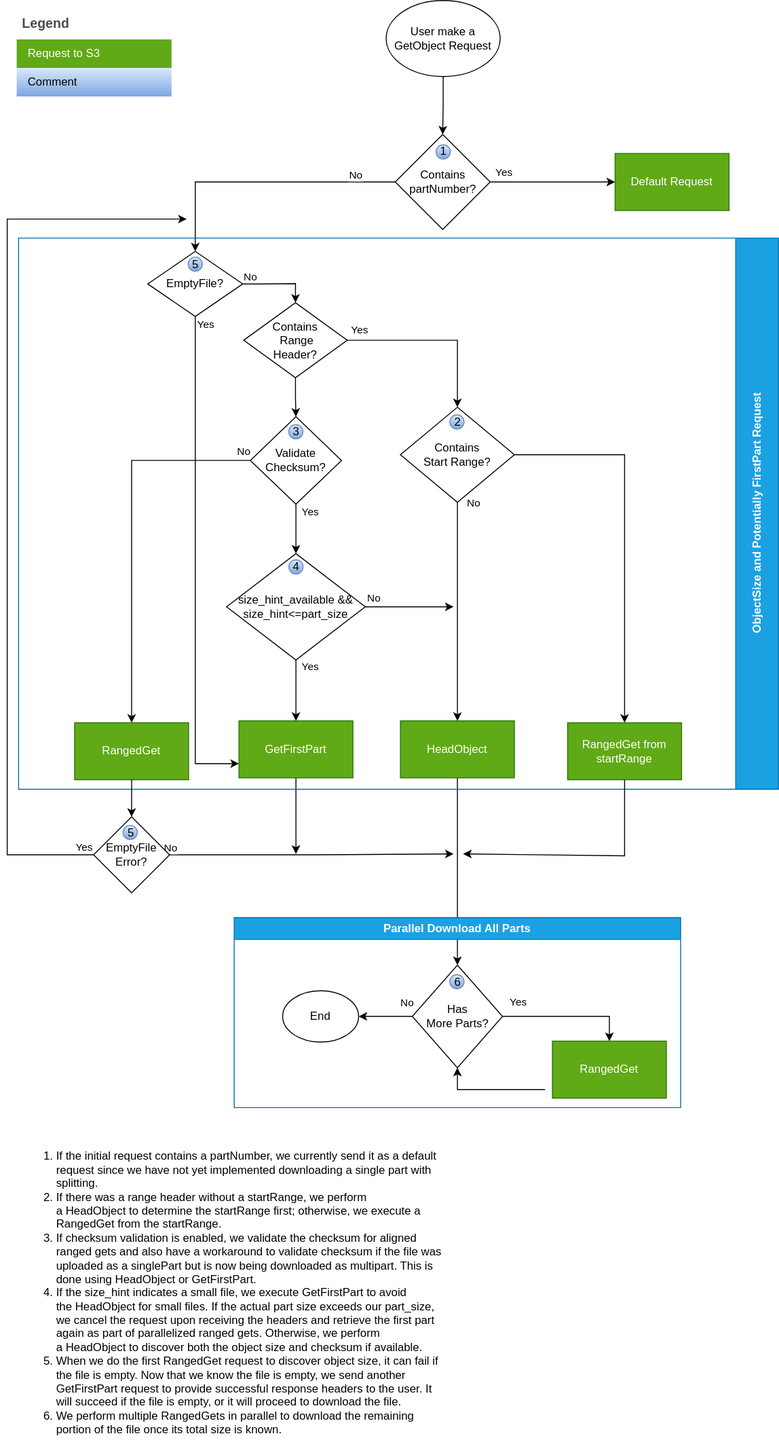
Earlier version of the draw.io export docs/images/GetObjectFlow.svg (awslabs/aws-c-s3). Source tidied: cells renumbered, new cells last; positions are measured from the earlier drawing's top-left corner, leaving out a move shared by most shapes.
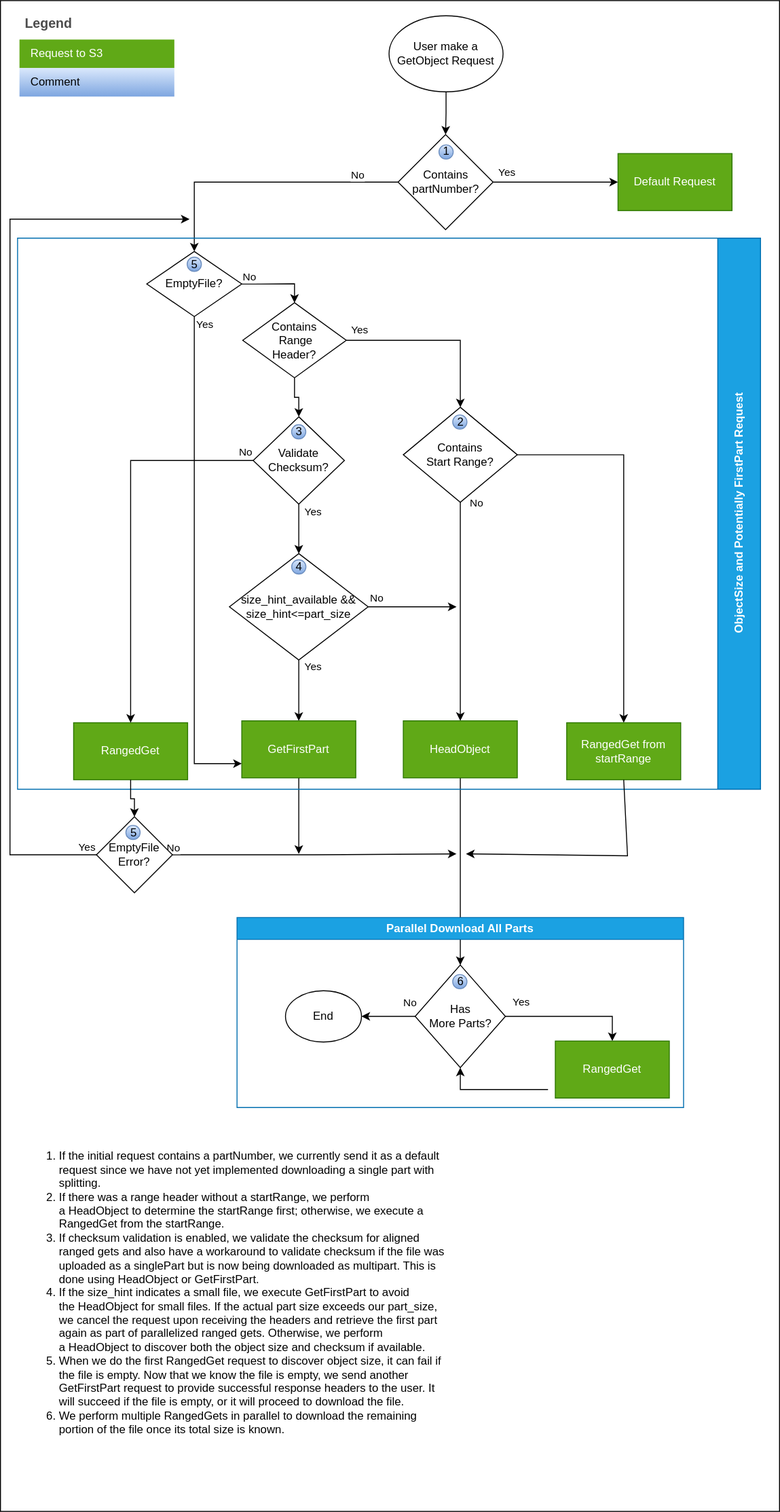
The same file after the commit.

What changed in the source:
```diff
@@ -2,11 +2,14 @@
   <root>
     <mxCell id="0" />
     <mxCell id="1" parent="0" />
+    <mxCell id="76" style="rounded=0;whiteSpace=wrap;html=1;fillColor=none;strokeWidth=1;" parent="1" vertex="1">
+      <mxGeometry x="-10" width="820" height="1590" as="geometry" />
+    </mxCell>
     <mxCell id="2" style="edgeStyle=orthogonalEdgeStyle;rounded=0;jettySize=auto;html=1;entryX=0.5;entryY=0;entryDx=0;entryDy=0;exitX=0.5;exitY=1;exitDx=0;exitDy=0;" parent="1" edge="1" source="3" target="50">
       <mxGeometry relative="1" as="geometry" />
     </mxCell>
     <mxCell id="3" value="User make a GetObject Request" style="ellipse;whiteSpace=wrap;html=1;" parent="1" vertex="1">
-      <mxGeometry x="399" width="120" height="80" as="geometry" />
+      <mxGeometry x="399" y="16" width="120" height="80" as="geometry" />
     </mxCell>
     <mxCell id="4" style="edgeStyle=orthogonalEdgeStyle;rounded=0;jettySize=auto;html=1;entryX=0.5;entryY=0;entryDx=0;entryDy=0;" parent="1" edge="1" source="50" target="30">
       <mxGeometry relative="1" as="geometry" />
@@ -94,7 +97,7 @@
       </mxGeometry>
     </mxCell>
     <mxCell id="25" value="ObjectSize and Potentially FirstPart Request" style="swimlane;horizontal=0;whiteSpace=wrap;html=1;direction=west;fillColor=#1ba1e2;fontColor=#ffffff;strokeColor=#006EAF;startSize=45;labelPadding=0;" parent="1" vertex="1">
-      <mxGeometry x="12" y="250" width="800" height="580" as="geometry" />
+      <mxGeometry x="8" y="250" width="782" height="580" as="geometry" />
     </mxCell>
     <mxCell id="26" value="RangedGet" style="rounded=0;whiteSpace=wrap;html=1;fillColor=#60a917;fontColor=#ffffff;strokeColor=#2D7600;enumerate=0;enumerateValue=2;" parent="25" vertex="1">
       <mxGeometry x="59" y="510" width="120" height="60" as="geometry" />
```
